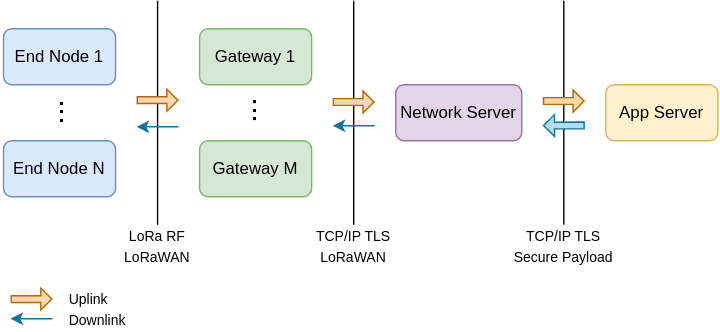
Before: bindings/protocols/lorawan/images/lorawan_diagram_architecture.svg, a diagram exported from draw.io (w3c/wot-binding-templates). Source tidied: cells renumbered, new cells last; positions are measured from the earlier drawing's top-left corner, leaving out a move shared by most shapes. Its diagram source:
```xml
<mxGraphModel>
  <root>
    <mxCell id="0" />
    <mxCell id="1" parent="0" />
    <mxCell id="2" value="&lt;p&gt;&lt;font face=&quot;Helvetica&quot;&gt;End Node 1&lt;/font&gt;&lt;/p&gt;" style="rounded=1;whiteSpace=wrap;html=1;hachureGap=4;fontFamily=Architects Daughter;fontSource=https%3A%2F%2Ffonts.googleapis.com%2Fcss%3Ffamily%3DArchitects%2BDaughter;fillColor=#dae8fc;strokeColor=#6c8ebf;" parent="1" vertex="1">
      <mxGeometry y="20" width="80" height="40" as="geometry" />
    </mxCell>
    <mxCell id="3" value="&lt;p&gt;&lt;font face=&quot;Helvetica&quot;&gt;End Node N&lt;/font&gt;&lt;/p&gt;" style="rounded=1;whiteSpace=wrap;html=1;hachureGap=4;fontFamily=Architects Daughter;fontSource=https%3A%2F%2Ffonts.googleapis.com%2Fcss%3Ffamily%3DArchitects%2BDaughter;fillColor=#dae8fc;strokeColor=#6c8ebf;" parent="1" vertex="1">
      <mxGeometry y="100" width="80" height="40" as="geometry" />
    </mxCell>
    <mxCell id="4" value="&lt;p&gt;&lt;font face=&quot;Helvetica&quot;&gt;Gateway 1&lt;/font&gt;&lt;/p&gt;" style="rounded=1;whiteSpace=wrap;html=1;hachureGap=4;fontFamily=Architects Daughter;fontSource=https%3A%2F%2Ffonts.googleapis.com%2Fcss%3Ffamily%3DArchitects%2BDaughter;fillColor=#d5e8d4;strokeColor=#82b366;" parent="1" vertex="1">
      <mxGeometry x="140" y="20" width="80" height="40" as="geometry" />
    </mxCell>
    <mxCell id="5" value="&lt;p&gt;&lt;font face=&quot;Helvetica&quot;&gt;Gateway M&lt;/font&gt;&lt;/p&gt;" style="rounded=1;whiteSpace=wrap;html=1;hachureGap=4;fontFamily=Architects Daughter;fontSource=https%3A%2F%2Ffonts.googleapis.com%2Fcss%3Ffamily%3DArchitects%2BDaughter;fillColor=#d5e8d4;strokeColor=#82b366;" parent="1" vertex="1">
      <mxGeometry x="140" y="100" width="80" height="40" as="geometry" />
    </mxCell>
    <mxCell id="6" value="&lt;p&gt;&lt;font face=&quot;Helvetica&quot;&gt;Network Server&lt;/font&gt;&lt;/p&gt;" style="rounded=1;whiteSpace=wrap;html=1;hachureGap=4;fontFamily=Architects Daughter;fontSource=https%3A%2F%2Ffonts.googleapis.com%2Fcss%3Ffamily%3DArchitects%2BDaughter;fillColor=#e1d5e7;strokeColor=#9673a6;" parent="1" vertex="1">
      <mxGeometry x="280" y="60" width="90" height="40" as="geometry" />
    </mxCell>
    <mxCell id="7" value="&lt;p&gt;&lt;font face=&quot;Helvetica&quot;&gt;App&amp;nbsp;&lt;/font&gt;&lt;span style=&quot;font-family: Helvetica; background-color: transparent; color: light-dark(rgb(0, 0, 0), rgb(255, 255, 255));&quot;&gt;Server&lt;/span&gt;&lt;/p&gt;" style="rounded=1;whiteSpace=wrap;html=1;hachureGap=4;fontFamily=Architects Daughter;fontSource=https%3A%2F%2Ffonts.googleapis.com%2Fcss%3Ffamily%3DArchitects%2BDaughter;fillColor=#fff2cc;strokeColor=#d6b656;" parent="1" vertex="1">
      <mxGeometry x="430" y="60" width="80" height="40" as="geometry" />
    </mxCell>
    <mxCell id="8" style="endArrow=none;html=1;rounded=0;hachureGap=4;fontFamily=Architects Daughter;fontSource=https%3A%2F%2Ffonts.googleapis.com%2Fcss%3Ffamily%3DArchitects%2BDaughter;" parent="1" edge="1">
      <mxGeometry relative="1" as="geometry">
        <mxPoint x="110" y="160" as="sourcePoint" />
        <mxPoint x="110" as="targetPoint" />
      </mxGeometry>
    </mxCell>
    <mxCell id="9" style="endArrow=none;html=1;rounded=0;hachureGap=4;fontFamily=Architects Daughter;fontSource=https%3A%2F%2Ffonts.googleapis.com%2Fcss%3Ffamily%3DArchitects%2BDaughter;" parent="1" edge="1">
      <mxGeometry relative="1" as="geometry">
        <mxPoint x="250" y="160" as="sourcePoint" />
        <mxPoint x="250" as="targetPoint" />
      </mxGeometry>
    </mxCell>
    <mxCell id="10" style="endArrow=none;html=1;rounded=0;hachureGap=4;fontFamily=Architects Daughter;fontSource=https%3A%2F%2Ffonts.googleapis.com%2Fcss%3Ffamily%3DArchitects%2BDaughter;" parent="1" edge="1">
      <mxGeometry relative="1" as="geometry">
        <mxPoint x="400" y="160" as="sourcePoint" />
        <mxPoint x="400" as="targetPoint" />
      </mxGeometry>
    </mxCell>
    <mxCell id="11" value="&lt;p&gt;&lt;font style=&quot;font-size: 23px;&quot;&gt;...&lt;/font&gt;&lt;/p&gt;" style="text;html=1;whiteSpace=wrap;strokeColor=none;fillColor=none;align=center;verticalAlign=middle;rounded=0;fontFamily=Architects Daughter;fontSource=https%3A%2F%2Ffonts.googleapis.com%2Fcss%3Ffamily%3DArchitects%2BDaughter;rotation=-90;" parent="1" vertex="1">
      <mxGeometry x="5" y="65" width="60" height="30" as="geometry" />
    </mxCell>
    <mxCell id="12" value="&lt;p&gt;&lt;font style=&quot;font-size: 23px;&quot;&gt;...&lt;/font&gt;&lt;/p&gt;" style="text;html=1;whiteSpace=wrap;strokeColor=none;fillColor=none;align=center;verticalAlign=middle;rounded=0;fontFamily=Architects Daughter;fontSource=https%3A%2F%2Ffonts.googleapis.com%2Fcss%3Ffamily%3DArchitects%2BDaughter;rotation=-90;" parent="1" vertex="1">
      <mxGeometry x="143" y="64" width="60" height="30" as="geometry" />
    </mxCell>
    <mxCell id="13" style="shape=flexArrow;endArrow=classic;html=1;rounded=0;hachureGap=4;fontFamily=Architects Daughter;fontSource=https%3A%2F%2Ffonts.googleapis.com%2Fcss%3Ffamily%3DArchitects%2BDaughter;width=4.8;endSize=2.288;endWidth=9.86111111111111;fillColor=#fad7ac;strokeColor=#b46504;" parent="1" edge="1">
      <mxGeometry relative="1" as="geometry">
        <mxPoint x="95" y="71" as="sourcePoint" />
        <mxPoint x="125" y="71" as="targetPoint" />
      </mxGeometry>
    </mxCell>
    <mxCell id="14" style="endArrow=classic;html=1;rounded=0;hachureGap=4;fontFamily=Architects Daughter;fontSource=https%3A%2F%2Ffonts.googleapis.com%2Fcss%3Ffamily%3DArchitects%2BDaughter;fillColor=#b1ddf0;strokeColor=#10739e;" parent="1" edge="1">
      <mxGeometry relative="1" as="geometry">
        <mxPoint x="125" y="90" as="sourcePoint" />
        <mxPoint x="95" y="90" as="targetPoint" />
      </mxGeometry>
    </mxCell>
    <mxCell id="15" style="shape=flexArrow;endArrow=classic;html=1;rounded=0;hachureGap=4;fontFamily=Architects Daughter;fontSource=https%3A%2F%2Ffonts.googleapis.com%2Fcss%3Ffamily%3DArchitects%2BDaughter;width=4.8;endSize=2.288;endWidth=9.86111111111111;fillColor=#b1ddf0;strokeColor=#10739e;" parent="1" edge="1">
      <mxGeometry relative="1" as="geometry">
        <mxPoint x="415" y="89" as="sourcePoint" />
        <mxPoint x="385" y="89.2" as="targetPoint" />
        <Array as="points">
          <mxPoint x="415" y="89" />
        </Array>
      </mxGeometry>
    </mxCell>
    <mxCell id="16" style="shape=flexArrow;endArrow=classic;html=1;rounded=0;hachureGap=4;fontFamily=Architects Daughter;fontSource=https%3A%2F%2Ffonts.googleapis.com%2Fcss%3Ffamily%3DArchitects%2BDaughter;width=4.8;endSize=2.288;endWidth=9.86111111111111;fillColor=#fad7ac;strokeColor=#b46504;" parent="1" edge="1">
      <mxGeometry relative="1" as="geometry">
        <mxPoint x="385" y="71.6" as="sourcePoint" />
        <mxPoint x="415" y="71.6" as="targetPoint" />
        <Array as="points">
          <mxPoint x="385" y="71.6" />
        </Array>
      </mxGeometry>
    </mxCell>
    <mxCell id="17" value="&lt;p style=&quot;margin-top: 0pt; margin-bottom: 0pt; margin-left: 0in; direction: ltr; unicode-bidi: embed;&quot;&gt;&lt;font face=&quot;Helvetica&quot; style=&quot;font-size: 10px; color: rgb(0, 0, 0);&quot;&gt;LoRa RF&lt;/font&gt;&lt;/p&gt;&lt;p style=&quot;margin-top: 0pt; margin-bottom: 0pt; margin-left: 0in; direction: ltr; unicode-bidi: embed;&quot;&gt;&lt;span style=&quot;font-size: 10px; font-family: Helvetica; background-color: transparent;&quot;&gt;LoRaWAN&lt;/span&gt;&lt;/p&gt;" style="text;html=1;whiteSpace=wrap;strokeColor=none;fillColor=none;align=center;verticalAlign=middle;rounded=0;fontFamily=Architects Daughter;fontSource=https%3A%2F%2Ffonts.googleapis.com%2Fcss%3Ffamily%3DArchitects%2BDaughter;" parent="1" vertex="1">
      <mxGeometry x="80" y="160" width="60" height="30" as="geometry" />
    </mxCell>
    <mxCell id="18" value="&lt;p style=&quot;language:de;margin-top:0pt;margin-bottom:0pt;margin-left:0in;&amp;lt;br/&amp;gt;text-align:left;direction:ltr;unicode-bidi:embed;mso-line-break-override:none;&amp;lt;br/&amp;gt;word-break:normal;punctuation-wrap:hanging&quot;&gt;&lt;font face=&quot;Helvetica&quot;&gt;&lt;span style=&quot;font-size: 10px;&quot;&gt;TCP/IP TLS LoRaWAN&lt;/span&gt;&lt;/font&gt;&lt;/p&gt;" style="text;html=1;whiteSpace=wrap;strokeColor=none;fillColor=none;align=center;verticalAlign=middle;rounded=0;fontFamily=Architects Daughter;fontSource=https%3A%2F%2Ffonts.googleapis.com%2Fcss%3Ffamily%3DArchitects%2BDaughter;" parent="1" vertex="1">
      <mxGeometry x="220" y="160" width="60" height="30" as="geometry" />
    </mxCell>
    <mxCell id="19" value="&lt;p style=&quot;language:de;margin-top:0pt;margin-bottom:0pt;margin-left:0in;&amp;lt;br/&amp;gt;text-align:left;direction:ltr;unicode-bidi:embed;mso-line-break-override:none;&amp;lt;br/&amp;gt;word-break:normal;punctuation-wrap:hanging&quot;&gt;&lt;font face=&quot;Helvetica&quot;&gt;&lt;span style=&quot;font-size: 10px;&quot;&gt;TCP/IP TLS Secure Payload&lt;/span&gt;&lt;/font&gt;&lt;/p&gt;" style="text;html=1;whiteSpace=wrap;strokeColor=none;fillColor=none;align=center;verticalAlign=middle;rounded=0;fontFamily=Architects Daughter;fontSource=https%3A%2F%2Ffonts.googleapis.com%2Fcss%3Ffamily%3DArchitects%2BDaughter;" parent="1" vertex="1">
      <mxGeometry x="360" y="160" width="80" height="30" as="geometry" />
    </mxCell>
    <mxCell id="20" style="shape=flexArrow;endArrow=classic;html=1;rounded=0;hachureGap=4;fontFamily=Architects Daughter;fontSource=https%3A%2F%2Ffonts.googleapis.com%2Fcss%3Ffamily%3DArchitects%2BDaughter;width=4.8;endSize=2.288;endWidth=9.86111111111111;fillColor=#fad7ac;strokeColor=#b46504;" parent="1" edge="1">
      <mxGeometry relative="1" as="geometry">
        <mxPoint x="235" y="72.3" as="sourcePoint" />
        <mxPoint x="265" y="72.3" as="targetPoint" />
      </mxGeometry>
    </mxCell>
    <mxCell id="21" style="endArrow=classic;html=1;rounded=0;hachureGap=4;fontFamily=Architects Daughter;fontSource=https%3A%2F%2Ffonts.googleapis.com%2Fcss%3Ffamily%3DArchitects%2BDaughter;fillColor=#b1ddf0;strokeColor=#10739e;" parent="1" edge="1">
      <mxGeometry relative="1" as="geometry">
        <mxPoint x="265" y="89.3" as="sourcePoint" />
        <mxPoint x="235" y="89.3" as="targetPoint" />
      </mxGeometry>
    </mxCell>
    <mxCell id="22" style="shape=flexArrow;endArrow=classic;html=1;rounded=0;hachureGap=4;fontFamily=Architects Daughter;fontSource=https%3A%2F%2Ffonts.googleapis.com%2Fcss%3Ffamily%3DArchitects%2BDaughter;width=4.8;endSize=2.288;endWidth=9.86111111111111;fillColor=#fad7ac;strokeColor=#b46504;" parent="1" edge="1">
      <mxGeometry relative="1" as="geometry">
        <mxPoint x="5" y="213" as="sourcePoint" />
        <mxPoint x="35" y="213" as="targetPoint" />
      </mxGeometry>
    </mxCell>
    <mxCell id="23" style="endArrow=classic;html=1;rounded=0;hachureGap=4;fontFamily=Architects Daughter;fontSource=https%3A%2F%2Ffonts.googleapis.com%2Fcss%3Ffamily%3DArchitects%2BDaughter;fillColor=#b1ddf0;strokeColor=#10739e;" parent="1" edge="1">
      <mxGeometry relative="1" as="geometry">
        <mxPoint x="35" y="227" as="sourcePoint" />
        <mxPoint x="5" y="227" as="targetPoint" />
      </mxGeometry>
    </mxCell>
    <mxCell id="24" value="&lt;p style=&quot;margin-top: 0pt; margin-bottom: 0pt; margin-left: 0in; direction: ltr; unicode-bidi: embed;&quot;&gt;&lt;font face=&quot;Helvetica&quot; style=&quot;font-size: 10px; color: rgb(0, 0, 0);&quot;&gt;Uplink&lt;/font&gt;&lt;/p&gt;&lt;p style=&quot;margin-top: 0pt; margin-bottom: 0pt; margin-left: 0in; direction: ltr; unicode-bidi: embed;&quot;&gt;&lt;font face=&quot;Helvetica&quot;&gt;&lt;span style=&quot;font-size: 10px;&quot;&gt;Downlink&lt;/span&gt;&lt;/font&gt;&lt;/p&gt;" style="text;html=1;whiteSpace=wrap;strokeColor=none;fillColor=none;align=left;verticalAlign=middle;rounded=0;fontFamily=Architects Daughter;fontSource=https%3A%2F%2Ffonts.googleapis.com%2Fcss%3Ffamily%3DArchitects%2BDaughter;" parent="1" vertex="1">
      <mxGeometry x="45" y="205" width="60" height="30" as="geometry" />
    </mxCell>
  </root>
</mxGraphModel>
```
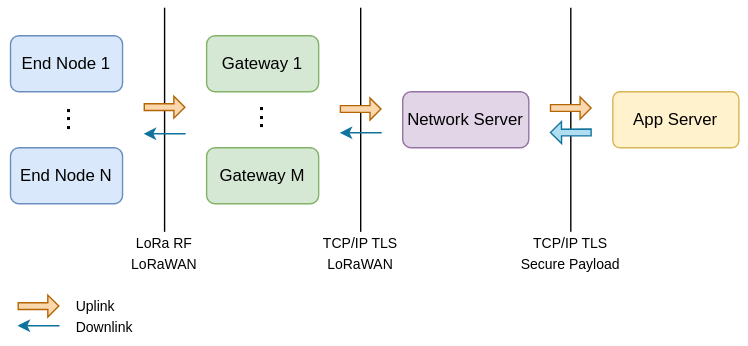
After the change.

Commit message:
improve lorawan description for better structure and reference, format the html

What changed in the source:
```diff
@@ -17,8 +17,8 @@
     <mxCell id="6" value="&lt;p&gt;&lt;font face=&quot;Helvetica&quot;&gt;Network Server&lt;/font&gt;&lt;/p&gt;" style="rounded=1;whiteSpace=wrap;html=1;hachureGap=4;fontFamily=Architects Daughter;fontSource=https%3A%2F%2Ffonts.googleapis.com%2Fcss%3Ffamily%3DArchitects%2BDaughter;fillColor=#e1d5e7;strokeColor=#9673a6;" parent="1" vertex="1">
       <mxGeometry x="280" y="60" width="90" height="40" as="geometry" />
     </mxCell>
-    <mxCell id="7" value="&lt;p&gt;&lt;font face=&quot;Helvetica&quot;&gt;App&amp;nbsp;&lt;/font&gt;&lt;span style=&quot;font-family: Helvetica; background-color: transparent; color: light-dark(rgb(0, 0, 0), rgb(255, 255, 255));&quot;&gt;Server&lt;/span&gt;&lt;/p&gt;" style="rounded=1;whiteSpace=wrap;html=1;hachureGap=4;fontFamily=Architects Daughter;fontSource=https%3A%2F%2Ffonts.googleapis.com%2Fcss%3Ffamily%3DArchitects%2BDaughter;fillColor=#fff2cc;strokeColor=#d6b656;" parent="1" vertex="1">
-      <mxGeometry x="430" y="60" width="80" height="40" as="geometry" />
+    <mxCell id="7" value="&lt;p&gt;&lt;font face=&quot;Helvetica&quot;&gt;App&amp;nbsp;&lt;/font&gt;&lt;span style=&quot;font-family: Helvetica; background-color: transparent; color: light-dark(rgb(0, 0, 0), rgb(255, 255, 255));&quot;&gt;Server&lt;/span&gt;&lt;/p&gt;" style="rounded=1;whiteSpace=wrap;html=1;hachureGap=4;fontFamily=Architects Daughter;fontSource=https%3A%2F%2Ffonts.googleapis.com%2Fcss%3Ffamily%3DArchitects%2BDaughter;fillColor=#fff2cc;strokeColor=#d6b656;arcSize=13;" parent="1" vertex="1">
+      <mxGeometry x="430" y="60" width="90" height="40" as="geometry" />
     </mxCell>
     <mxCell id="8" style="endArrow=none;html=1;rounded=0;hachureGap=4;fontFamily=Architects Daughter;fontSource=https%3A%2F%2Ffonts.googleapis.com%2Fcss%3Ffamily%3DArchitects%2BDaughter;" parent="1" edge="1">
       <mxGeometry relative="1" as="geometry">
```
